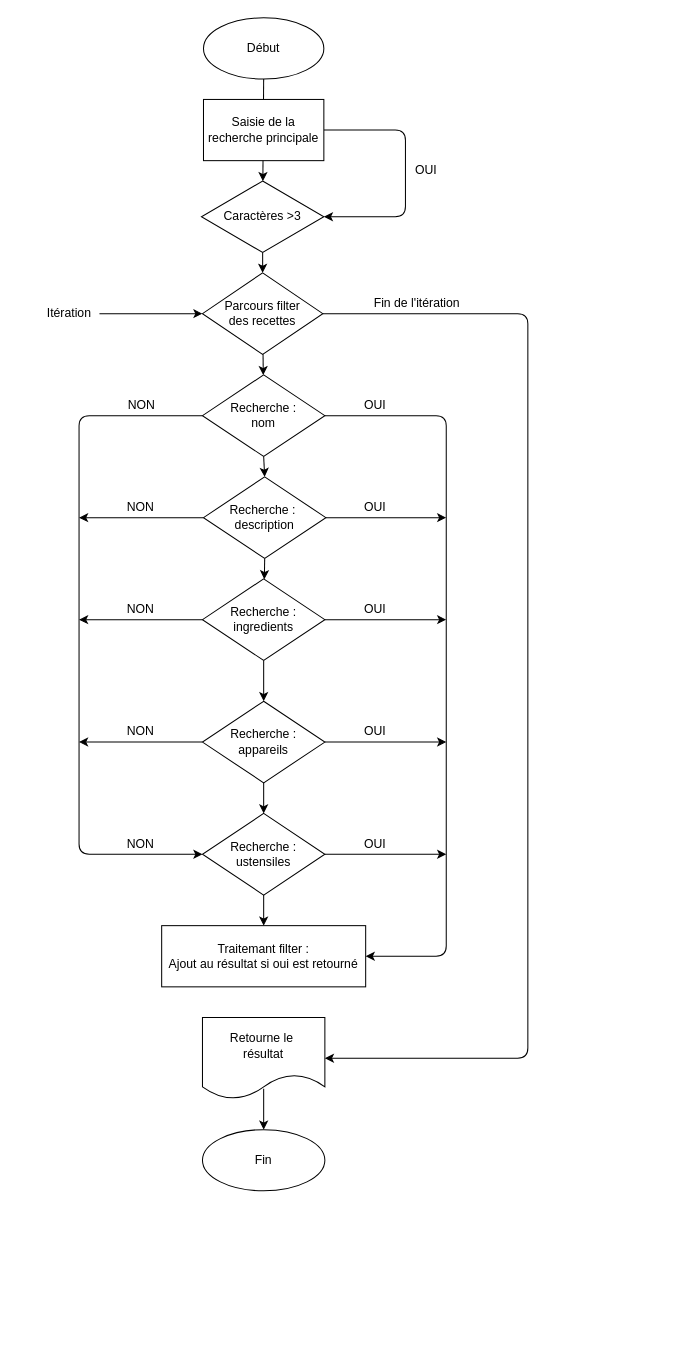
The draw.io diagram .drawio in Seilhan/Les-petits-plats-projet-7, before the edit. Source tidied: cells renumbered, new cells numbered last; positions are measured from the earlier drawing's top-left corner, leaving out a move shared by most shapes. Both pictures are drawn from the tidied source at 102%, with x=0, y=0 at pixel (38, 17).
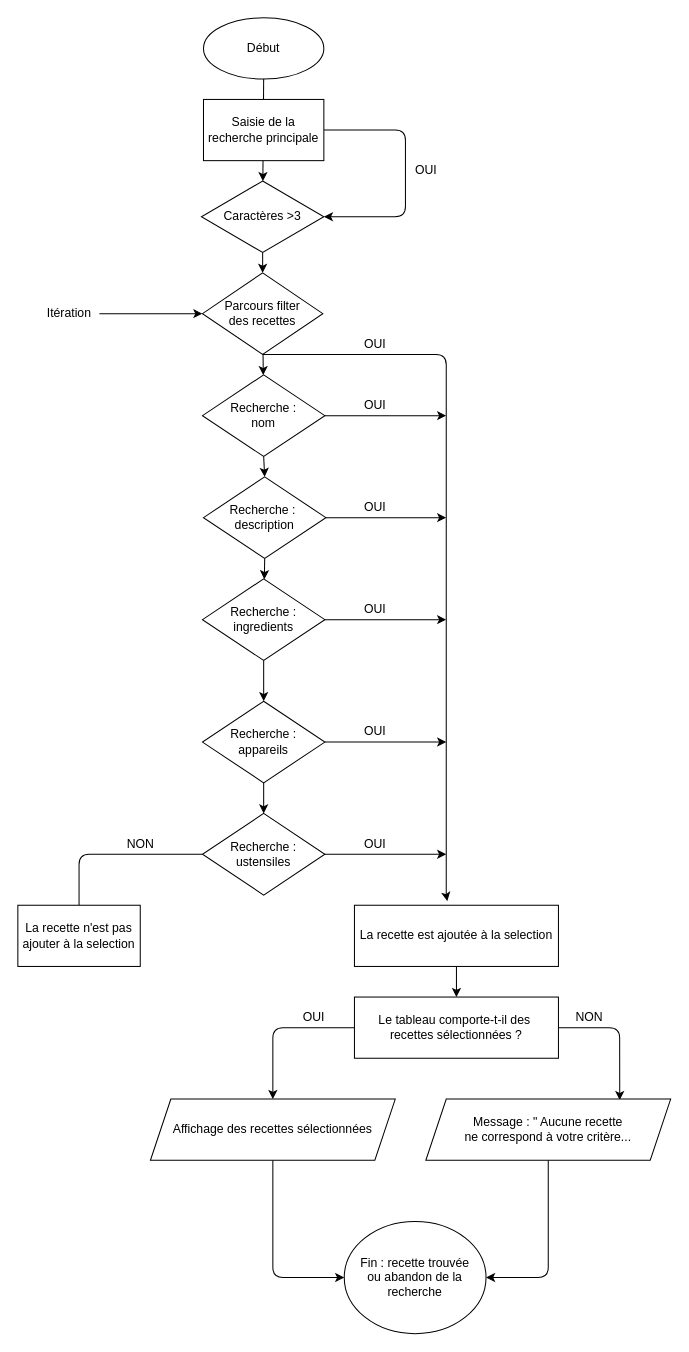
After the change.

Commit message:
correction algorigramme

Unchanged cells that the change refers to:
```xml
<mxCell id="10" value="Parcours filter&lt;br&gt;des recettes" style="rhombus;whiteSpace=wrap;html=1;" parent="1" vertex="1">
  <mxGeometry x="161" y="250" width="118" height="80" as="geometry" />
</mxCell>
<mxCell id="15" value="Recherche :&lt;br&gt;nom" style="rhombus;whiteSpace=wrap;html=1;" parent="1" vertex="1">
  <mxGeometry x="161" y="350" width="120" height="80" as="geometry" />
</mxCell>
<mxCell id="19" value="Recherche :&amp;nbsp;&lt;br&gt;description" style="rhombus;whiteSpace=wrap;html=1;" parent="1" vertex="1">
  <mxGeometry x="162" y="450" width="120" height="80" as="geometry" />
</mxCell>
<mxCell id="23" value="Recherche :&lt;br&gt;ingredients" style="rhombus;whiteSpace=wrap;html=1;" parent="1" vertex="1">
  <mxGeometry x="161" y="550" width="120" height="80" as="geometry" />
</mxCell>
<mxCell id="27" value="Recherche :&lt;br&gt;appareils" style="rhombus;whiteSpace=wrap;html=1;" parent="1" vertex="1">
  <mxGeometry x="161" y="670" width="120" height="80" as="geometry" />
</mxCell>
<mxCell id="30" value="Recherche :&lt;br&gt;ustensiles" style="rhombus;whiteSpace=wrap;html=1;" parent="1" vertex="1">
  <mxGeometry x="161" y="780" width="120" height="80" as="geometry" />
</mxCell>
```

Change to the diagram source:
```diff
@@
-    <mxCell id="9" style="edgeStyle=none;html=1;exitX=1;exitY=0.5;exitDx=0;exitDy=0;entryX=1;entryY=0.5;entryDx=0;entryDy=0;" parent="1" edge="1" source="10" target="32">
-      <mxGeometry relative="1" as="geometry">
-        <Array as="points">
-          <mxPoint x="480" y="290" />
-          <mxPoint x="480" y="1020" />
-        </Array>
-      </mxGeometry>
-    </mxCell>
@@
-    <mxCell id="12" style="edgeStyle=none;html=1;exitX=1;exitY=0.5;exitDx=0;exitDy=0;entryX=1;entryY=0.5;entryDx=0;entryDy=0;" parent="1" edge="1" source="15" target="31">
+    <mxCell id="12" style="edgeStyle=none;html=1;exitX=0.5;exitY=1;exitDx=0;exitDy=0;entryX=0.455;entryY=-0.067;entryDx=0;entryDy=0;entryPerimeter=0;" parent="1" edge="1" source="10" target="31">
       <mxGeometry relative="1" as="geometry">
         <Array as="points">
-          <mxPoint x="400" y="390" />
-          <mxPoint x="400" y="920" />
-          <mxPoint x="360" y="920" />
+          <mxPoint x="400" y="330" />
+          <mxPoint x="400" y="860" />
         </Array>
       </mxGeometry>
     </mxCell>
-    <mxCell id="13" style="edgeStyle=none;html=1;exitX=0;exitY=0.5;exitDx=0;exitDy=0;entryX=0;entryY=0.5;entryDx=0;entryDy=0;" parent="1" edge="1" source="15" target="30">
-      <mxGeometry relative="1" as="geometry">
-        <Array as="points">
-          <mxPoint x="40" y="390" />
-          <mxPoint x="40" y="820" />
-        </Array>
-      </mxGeometry>
-    </mxCell>
@@
+    <mxCell id="48" style="edgeStyle=none;html=1;exitX=1;exitY=0.5;exitDx=0;exitDy=0;" parent="1" edge="1" source="15">
+      <mxGeometry relative="1" as="geometry">
+        <mxPoint x="400" y="390" as="targetPoint" />
+      </mxGeometry>
+    </mxCell>
@@
-    <mxCell id="17" style="edgeStyle=none;html=1;exitX=0;exitY=0.5;exitDx=0;exitDy=0;" parent="1" edge="1" source="19">
-      <mxGeometry relative="1" as="geometry">
-        <mxPoint x="40" y="490" as="targetPoint" />
-      </mxGeometry>
-    </mxCell>
@@
-    <mxCell id="21" style="edgeStyle=none;html=1;exitX=0;exitY=0.5;exitDx=0;exitDy=0;" parent="1" edge="1" source="23">
-      <mxGeometry relative="1" as="geometry">
-        <mxPoint x="40" y="590" as="targetPoint" />
-      </mxGeometry>
-    </mxCell>
@@
-    <mxCell id="25" style="edgeStyle=none;html=1;exitX=0;exitY=0.5;exitDx=0;exitDy=0;" parent="1" edge="1" source="27">
-      <mxGeometry relative="1" as="geometry">
-        <mxPoint x="40" y="710" as="targetPoint" />
-      </mxGeometry>
-    </mxCell>
@@
-    <mxCell id="28" style="edgeStyle=none;html=1;" parent="1" edge="1" source="30" target="31">
-      <mxGeometry relative="1" as="geometry" />
-    </mxCell>
@@
+    <mxCell id="49" style="edgeStyle=none;html=1;exitX=0;exitY=0.5;exitDx=0;exitDy=0;" parent="1" edge="1" source="30">
+      <mxGeometry relative="1" as="geometry">
+        <mxPoint x="40" y="880" as="targetPoint" />
+        <Array as="points">
+          <mxPoint x="40" y="820" />
+        </Array>
+      </mxGeometry>
+    </mxCell>
@@
+    <mxCell id="50" style="edgeStyle=none;html=1;" parent="1" edge="1" source="31" target="56">
+      <mxGeometry relative="1" as="geometry" />
+    </mxCell>
-    <mxCell id="31" value="Traitemant filter :&lt;br&gt;Ajout au résultat si oui est retourné" style="whiteSpace=wrap;html=1;" parent="1" vertex="1">
-      <mxGeometry x="121" y="890" width="200" height="60" as="geometry" />
+    <mxCell id="31" value="La recette est ajoutée à la selection" style="whiteSpace=wrap;html=1;" parent="1" vertex="1">
+      <mxGeometry x="310" y="870" width="200" height="60" as="geometry" />
     </mxCell>
-    <mxCell id="32" value="Retourne le&amp;nbsp;&lt;br&gt;résultat" style="shape=document;whiteSpace=wrap;html=1;boundedLbl=1;" parent="1" vertex="1">
-      <mxGeometry x="161" y="980" width="120" height="80" as="geometry" />
-    </mxCell>
-    <mxCell id="33" style="edgeStyle=none;html=1;entryX=0.5;entryY=0;entryDx=0;entryDy=0;" parent="1" edge="1" target="34">
-      <mxGeometry relative="1" as="geometry">
-        <mxPoint x="221" y="1050" as="sourcePoint" />
-      </mxGeometry>
-    </mxCell>
-    <mxCell id="34" value="Fin" style="ellipse;whiteSpace=wrap;html=1;" parent="1" vertex="1">
-      <mxGeometry x="161" y="1090" width="120" height="60" as="geometry" />
+    <mxCell id="34" value="Fin : recette trouvée&lt;br&gt;ou abandon de la recherche" style="ellipse;whiteSpace=wrap;html=1;" parent="1" vertex="1">
+      <mxGeometry x="300" y="1180" width="139" height="110" as="geometry" />
     </mxCell>
-    <mxCell id="35" value="Fin de l'itération" style="text;html=1;align=center;verticalAlign=middle;strokeColor=none;fillColor=none;" parent="1" vertex="1">
-      <mxGeometry x="321" y="270" width="100" height="20" as="geometry" />
-    </mxCell>
@@
     <mxCell id="38" value="OUI" style="text;html=1;align=center;verticalAlign=middle;strokeColor=none;fillColor=none;" parent="1" vertex="1">
-      <mxGeometry x="310" y="370" width="40" height="20" as="geometry" />
+      <mxGeometry x="310" y="310" width="40" height="20" as="geometry" />
     </mxCell>
@@
-    <mxCell id="43" value="NON" style="text;html=1;align=center;verticalAlign=middle;strokeColor=none;fillColor=none;" parent="1" vertex="1">
-      <mxGeometry x="81" y="370" width="40" height="20" as="geometry" />
-    </mxCell>
-    <mxCell id="44" value="NON" style="text;html=1;align=center;verticalAlign=middle;strokeColor=none;fillColor=none;" parent="1" vertex="1">
-      <mxGeometry x="80" y="470" width="40" height="20" as="geometry" />
-    </mxCell>
-    <mxCell id="45" value="NON" style="text;html=1;align=center;verticalAlign=middle;strokeColor=none;fillColor=none;" parent="1" vertex="1">
-      <mxGeometry x="80" y="570" width="40" height="20" as="geometry" />
-    </mxCell>
-    <mxCell id="46" value="NON" style="text;html=1;align=center;verticalAlign=middle;strokeColor=none;fillColor=none;" parent="1" vertex="1">
-      <mxGeometry x="80" y="690" width="40" height="20" as="geometry" />
-    </mxCell>
+    <mxCell id="51" value="OUI" style="text;html=1;align=center;verticalAlign=middle;strokeColor=none;fillColor=none;" parent="1" vertex="1">
+      <mxGeometry x="310" y="370" width="40" height="20" as="geometry" />
+    </mxCell>
+    <mxCell id="52" style="edgeStyle=none;html=1;entryX=0.5;entryY=0;entryDx=0;entryDy=0;endArrow=none;" parent="1" edge="1">
+      <mxGeometry relative="1" as="geometry">
+        <mxPoint x="220" y="1080" as="sourcePoint" />
+        <mxPoint x="221" y="1080" as="targetPoint" />
+      </mxGeometry>
+    </mxCell>
@@
+    <mxCell id="53" value="La recette n'est pas ajouter à la selection" style="whiteSpace=wrap;html=1;" parent="1" vertex="1">
+      <mxGeometry x="-20" y="870" width="120" height="60" as="geometry" />
+    </mxCell>
+    <mxCell id="54" style="edgeStyle=none;html=1;exitX=1;exitY=0.5;exitDx=0;exitDy=0;entryX=0.792;entryY=0.017;entryDx=0;entryDy=0;entryPerimeter=0;" parent="1" edge="1" source="56" target="59">
+      <mxGeometry relative="1" as="geometry">
+        <Array as="points">
+          <mxPoint x="570" y="990" />
+        </Array>
+      </mxGeometry>
+    </mxCell>
+    <mxCell id="55" style="edgeStyle=none;html=1;exitX=0;exitY=0.5;exitDx=0;exitDy=0;entryX=0.5;entryY=0;entryDx=0;entryDy=0;" parent="1" edge="1" source="56" target="61">
+      <mxGeometry relative="1" as="geometry">
+        <Array as="points">
+          <mxPoint x="230" y="990" />
+        </Array>
+      </mxGeometry>
+    </mxCell>
+    <mxCell id="56" value="Le tableau comporte-t-il des&amp;nbsp;&lt;br&gt;recettes sélectionnées ?" style="whiteSpace=wrap;html=1;" parent="1" vertex="1">
+      <mxGeometry x="310" y="960" width="200" height="60" as="geometry" />
+    </mxCell>
+    <mxCell id="57" value="NON" style="text;html=1;align=center;verticalAlign=middle;strokeColor=none;fillColor=none;" parent="1" vertex="1">
+      <mxGeometry x="520" y="970" width="40" height="20" as="geometry" />
+    </mxCell>
+    <mxCell id="58" style="edgeStyle=none;html=1;exitX=0.5;exitY=1;exitDx=0;exitDy=0;entryX=1;entryY=0.5;entryDx=0;entryDy=0;" parent="1" edge="1" source="59" target="34">
+      <mxGeometry relative="1" as="geometry">
+        <Array as="points">
+          <mxPoint x="500" y="1235" />
+        </Array>
+      </mxGeometry>
+    </mxCell>
+    <mxCell id="59" value="&amp;nbsp;Message : &quot; Aucune recette&amp;nbsp;&lt;br&gt;ne correspond à votre critère..." style="shape=parallelogram;perimeter=parallelogramPerimeter;whiteSpace=wrap;html=1;fixedSize=1;" parent="1" vertex="1">
+      <mxGeometry x="380" y="1060" width="240" height="60" as="geometry" />
+    </mxCell>
+    <mxCell id="60" style="edgeStyle=none;html=1;exitX=0.5;exitY=1;exitDx=0;exitDy=0;entryX=0;entryY=0.5;entryDx=0;entryDy=0;" parent="1" edge="1" source="61" target="34">
+      <mxGeometry relative="1" as="geometry">
+        <Array as="points">
+          <mxPoint x="230" y="1235" />
+        </Array>
+      </mxGeometry>
+    </mxCell>
+    <mxCell id="61" value="Affichage des recettes sélectionnées" style="shape=parallelogram;perimeter=parallelogramPerimeter;whiteSpace=wrap;html=1;fixedSize=1;" parent="1" vertex="1">
+      <mxGeometry x="110" y="1060" width="240" height="60" as="geometry" />
+    </mxCell>
+    <mxCell id="62" value="OUI" style="text;html=1;align=center;verticalAlign=middle;strokeColor=none;fillColor=none;" parent="1" vertex="1">
+      <mxGeometry x="250" y="970" width="40" height="20" as="geometry" />
+    </mxCell>
```
